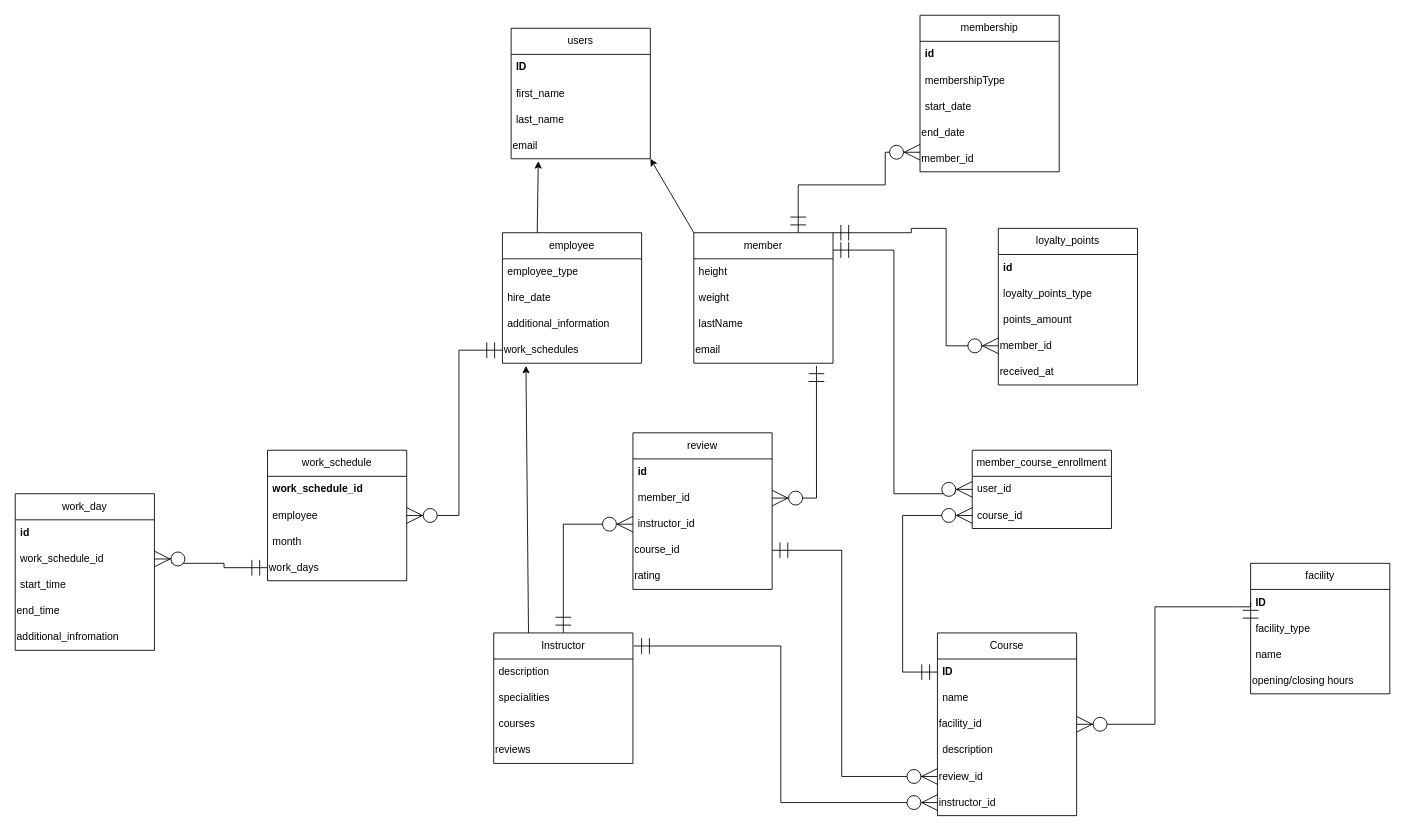
Earlier version of the draw.io diagram database_schema.drawio (Shanzeee/ZenithActive). Source tidied: cells renumbered, new cells numbered last; positions are measured from the earlier drawing's top-left corner, leaving out a move shared by most shapes. Both pictures are drawn from the tidied source at 87%, with x=0, y=0 at pixel (15, 15).
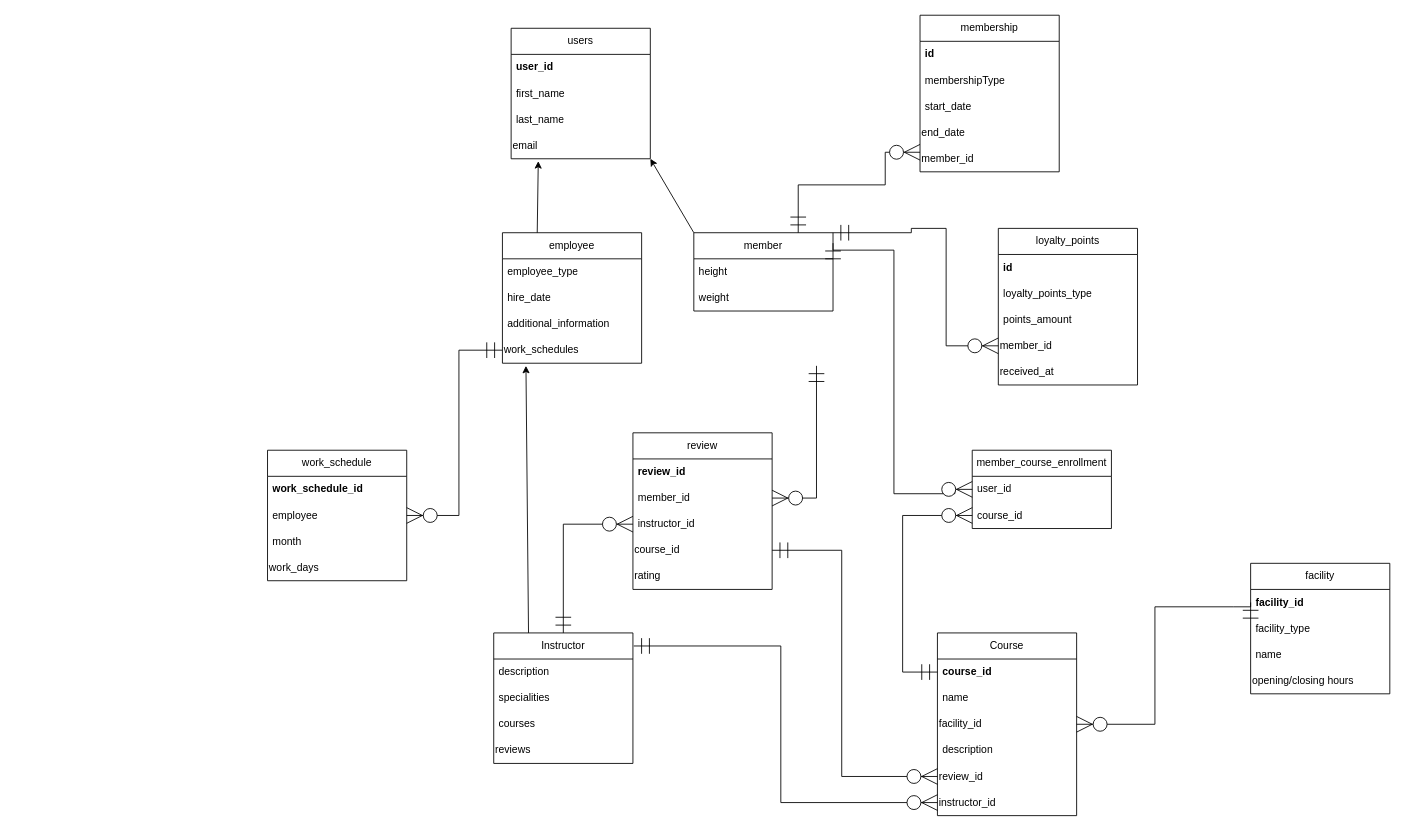
After the change.

Commit message (it also covers changes not shown here):
[new] add database schema to README.md

The change refers to these unchanged cells:
```xml
<mxCell id="2" value="users" style="swimlane;fontStyle=0;horizontal=1;startSize=30;whiteSpace=wrap;html=1;" parent="1" vertex="1">
  <mxGeometry x="570" y="15" width="160" height="150" as="geometry" />
</mxCell>
<mxCell id="27" value="work_days" style="text;html=1;strokeColor=none;fillColor=none;align=left;verticalAlign=middle;whiteSpace=wrap;rounded=0;" parent="23" vertex="1">
  <mxGeometry y="120" width="160" height="30" as="geometry" />
</mxCell>
<mxCell id="35" value="Course" style="swimlane;fontStyle=0;horizontal=1;startSize=30;whiteSpace=wrap;html=1;" parent="1" vertex="1">
  <mxGeometry x="1060" y="710" width="160" height="210" as="geometry" />
</mxCell>
<mxCell id="42" value="facility" style="swimlane;fontStyle=0;horizontal=1;startSize=30;whiteSpace=wrap;html=1;" parent="1" vertex="1">
  <mxGeometry x="1420" y="630" width="160" height="150" as="geometry" />
</mxCell>
<mxCell id="55" value="review" style="swimlane;fontStyle=0;horizontal=1;startSize=30;whiteSpace=wrap;html=1;" parent="1" vertex="1">
  <mxGeometry x="710" y="480" width="160" height="180" as="geometry" />
</mxCell>
<mxCell id="57" value="member_id" style="text;strokeColor=none;fillColor=none;align=left;verticalAlign=middle;spacingLeft=4;spacingRight=4;overflow=hidden;points=[[0,0.5],[1,0.5]];portConstraint=eastwest;whiteSpace=wrap;html=1;" parent="55" vertex="1">
  <mxGeometry y="60" width="160" height="30" as="geometry" />
</mxCell>
```

Diff of the diagram source:
```diff
@@
-    <mxCell id="3" value="&lt;b&gt;ID&lt;/b&gt;" style="text;strokeColor=none;fillColor=none;align=left;verticalAlign=middle;spacingLeft=4;spacingRight=4;overflow=hidden;whiteSpace=wrap;html=1;" parent="2" vertex="1">
+    <mxCell id="3" value="&lt;b&gt;user_id&lt;/b&gt;" style="text;strokeColor=none;fillColor=none;align=left;verticalAlign=middle;spacingLeft=4;spacingRight=4;overflow=hidden;whiteSpace=wrap;html=1;" parent="2" vertex="1">
       <mxGeometry y="30" width="160" height="30" as="geometry" />
     </mxCell>
@@
     <mxCell id="12" value="member" style="swimlane;fontStyle=0;horizontal=1;startSize=30;whiteSpace=wrap;html=1;" parent="1" vertex="1">
-      <mxGeometry x="780" y="250" width="160" height="150" as="geometry" />
+      <mxGeometry x="780" y="250" width="160" height="90" as="geometry" />
     </mxCell>
@@
-    <mxCell id="15" value="lastName" style="text;strokeColor=none;fillColor=none;align=left;verticalAlign=middle;spacingLeft=4;spacingRight=4;overflow=hidden;whiteSpace=wrap;html=1;" parent="12" vertex="1">
-      <mxGeometry y="90" width="160" height="30" as="geometry" />
-    </mxCell>
-    <mxCell id="16" value="email" style="text;html=1;strokeColor=none;fillColor=none;align=left;verticalAlign=middle;whiteSpace=wrap;rounded=0;" parent="12" vertex="1">
-      <mxGeometry y="120" width="160" height="30" as="geometry" />
-    </mxCell>
@@
-    <mxCell id="28" value="work_day" style="swimlane;fontStyle=0;horizontal=1;startSize=30;whiteSpace=wrap;html=1;" parent="1" vertex="1">
-      <mxGeometry y="550" width="160" height="180" as="geometry" />
-    </mxCell>
-    <mxCell id="29" value="&lt;b&gt;id&lt;/b&gt;" style="text;strokeColor=none;fillColor=none;align=left;verticalAlign=middle;spacingLeft=4;spacingRight=4;overflow=hidden;whiteSpace=wrap;html=1;" parent="28" vertex="1">
-      <mxGeometry y="30" width="160" height="30" as="geometry" />
-    </mxCell>
-    <mxCell id="30" value="work_schedule_id" style="text;strokeColor=none;fillColor=none;align=left;verticalAlign=middle;spacingLeft=4;spacingRight=4;overflow=hidden;points=[[0,0.5],[1,0.5]];portConstraint=eastwest;whiteSpace=wrap;html=1;" parent="28" vertex="1">
-      <mxGeometry y="60" width="160" height="30" as="geometry" />
-    </mxCell>
-    <mxCell id="31" value="start_time" style="text;strokeColor=none;fillColor=none;align=left;verticalAlign=middle;spacingLeft=4;spacingRight=4;overflow=hidden;whiteSpace=wrap;html=1;" parent="28" vertex="1">
-      <mxGeometry y="90" width="160" height="30" as="geometry" />
-    </mxCell>
-    <mxCell id="32" value="end_time" style="text;html=1;strokeColor=none;fillColor=none;align=left;verticalAlign=middle;whiteSpace=wrap;rounded=0;" parent="28" vertex="1">
-      <mxGeometry y="120" width="160" height="30" as="geometry" />
-    </mxCell>
-    <mxCell id="33" value="additional_infromation" style="text;html=1;strokeColor=none;fillColor=none;align=left;verticalAlign=middle;whiteSpace=wrap;rounded=0;" parent="28" vertex="1">
-      <mxGeometry y="150" width="160" height="30" as="geometry" />
-    </mxCell>
-    <mxCell id="34" style="edgeStyle=orthogonalEdgeStyle;rounded=0;jettySize=auto;html=1;endArrow=ERzeroToMany;endFill=1;endSize=16;startSize=16;startArrow=ERmandOne;startFill=0;exitX=0;exitY=0.5;exitDx=0;exitDy=0;entryX=1;entryY=0.5;entryDx=0;entryDy=0;" parent="1" edge="1" source="27" target="30">
-      <mxGeometry relative="1" as="geometry">
-        <Array as="points">
-          <mxPoint x="240" y="635" />
-          <mxPoint x="240" y="630" />
-          <mxPoint x="180" y="630" />
-        </Array>
-      </mxGeometry>
-    </mxCell>
@@
-    <mxCell id="36" value="&lt;b&gt;ID&lt;/b&gt;" style="text;strokeColor=none;fillColor=none;align=left;verticalAlign=middle;spacingLeft=4;spacingRight=4;overflow=hidden;points=[[0,0.5],[1,0.5]];portConstraint=eastwest;whiteSpace=wrap;html=1;" parent="35" vertex="1">
+    <mxCell id="36" value="&lt;b&gt;course_id&lt;/b&gt;" style="text;strokeColor=none;fillColor=none;align=left;verticalAlign=middle;spacingLeft=4;spacingRight=4;overflow=hidden;points=[[0,0.5],[1,0.5]];portConstraint=eastwest;whiteSpace=wrap;html=1;" parent="35" vertex="1">
       <mxGeometry y="30" width="160" height="30" as="geometry" />
     </mxCell>
@@
-    <mxCell id="43" value="&lt;b&gt;ID&lt;/b&gt;" style="text;strokeColor=none;fillColor=none;align=left;verticalAlign=middle;spacingLeft=4;spacingRight=4;overflow=hidden;points=[[0,0.5],[1,0.5]];portConstraint=eastwest;whiteSpace=wrap;html=1;" parent="42" vertex="1">
+    <mxCell id="43" value="&lt;b&gt;facility_id&lt;/b&gt;" style="text;strokeColor=none;fillColor=none;align=left;verticalAlign=middle;spacingLeft=4;spacingRight=4;overflow=hidden;points=[[0,0.5],[1,0.5]];portConstraint=eastwest;whiteSpace=wrap;html=1;" parent="42" vertex="1">
       <mxGeometry y="30" width="160" height="30" as="geometry" />
     </mxCell>
@@
-    <mxCell id="56" value="&lt;b&gt;id&lt;/b&gt;" style="text;strokeColor=none;fillColor=none;align=left;verticalAlign=middle;spacingLeft=4;spacingRight=4;overflow=hidden;whiteSpace=wrap;html=1;" parent="55" vertex="1">
+    <mxCell id="56" value="&lt;b&gt;review_id&lt;/b&gt;" style="text;strokeColor=none;fillColor=none;align=left;verticalAlign=middle;spacingLeft=4;spacingRight=4;overflow=hidden;whiteSpace=wrap;html=1;" parent="55" vertex="1">
       <mxGeometry y="30" width="160" height="30" as="geometry" />
     </mxCell>
@@
-    <mxCell id="61" style="edgeStyle=orthogonalEdgeStyle;rounded=0;jettySize=auto;html=1;endArrow=ERzeroToMany;endFill=1;endSize=16;startSize=16;startArrow=ERmandOne;startFill=0;entryX=1;entryY=0.5;entryDx=0;entryDy=0;exitX=0.881;exitY=1.1;exitDx=0;exitDy=0;exitPerimeter=0;" parent="1" edge="1" source="16" target="57">
+    <mxCell id="61" style="edgeStyle=orthogonalEdgeStyle;rounded=0;jettySize=auto;html=1;endArrow=ERzeroToMany;endFill=1;endSize=16;startSize=16;startArrow=ERmandOne;startFill=0;entryX=1;entryY=0.5;entryDx=0;entryDy=0;exitX=0.881;exitY=1.1;exitDx=0;exitDy=0;exitPerimeter=0;" parent="1" edge="1" target="57">
       <mxGeometry relative="1" as="geometry">
+        <mxPoint x="921" y="403" as="sourcePoint" />
         <Array as="points">
           <mxPoint x="921" y="555" />
         </Array>
       </mxGeometry>
     </mxCell>
```
